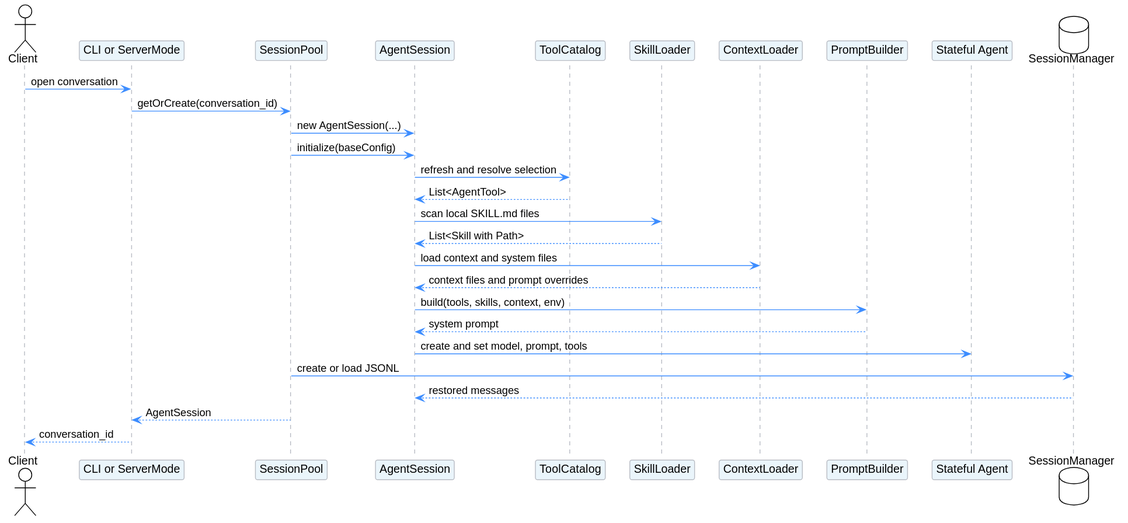
Earlier version of the PlantUML export managed-agent-session/pi_mono_java_current_loading.svg (superheromeZzh/pi-mono-java-design). The source it was exported from:
```plantuml
@startuml
!theme plain
skinparam backgroundColor white
skinparam defaultFontName Helvetica
skinparam shadowing false
skinparam ArrowColor #3D8DFF
skinparam sequenceParticipantBorderColor #B8BCC4
skinparam sequenceParticipantBackgroundColor #EAF5FB
skinparam sequenceLifeLineBorderColor #B8BCC4

actor Client
participant "CLI or ServerMode" as Entry
participant SessionPool
participant AgentSession
participant ToolCatalog
participant SkillLoader
participant ContextLoader
participant PromptBuilder
participant "Stateful Agent" as Agent
database SessionManager

Client -> Entry: open conversation
Entry -> SessionPool: getOrCreate(conversation_id)
SessionPool -> AgentSession: new AgentSession(...)
SessionPool -> AgentSession: initialize(baseConfig)
AgentSession -> ToolCatalog: refresh and resolve selection
ToolCatalog --> AgentSession: List<AgentTool>
AgentSession -> SkillLoader: scan local SKILL.md files
SkillLoader --> AgentSession: List<Skill with Path>
AgentSession -> ContextLoader: load context and system files
ContextLoader --> AgentSession: context files and prompt overrides
AgentSession -> PromptBuilder: build(tools, skills, context, env)
PromptBuilder --> AgentSession: system prompt
AgentSession -> Agent: create and set model, prompt, tools
SessionPool -> SessionManager: create or load JSONL
SessionManager --> AgentSession: restored messages
SessionPool --> Entry: AgentSession
Entry --> Client: conversation_id
@enduml
```
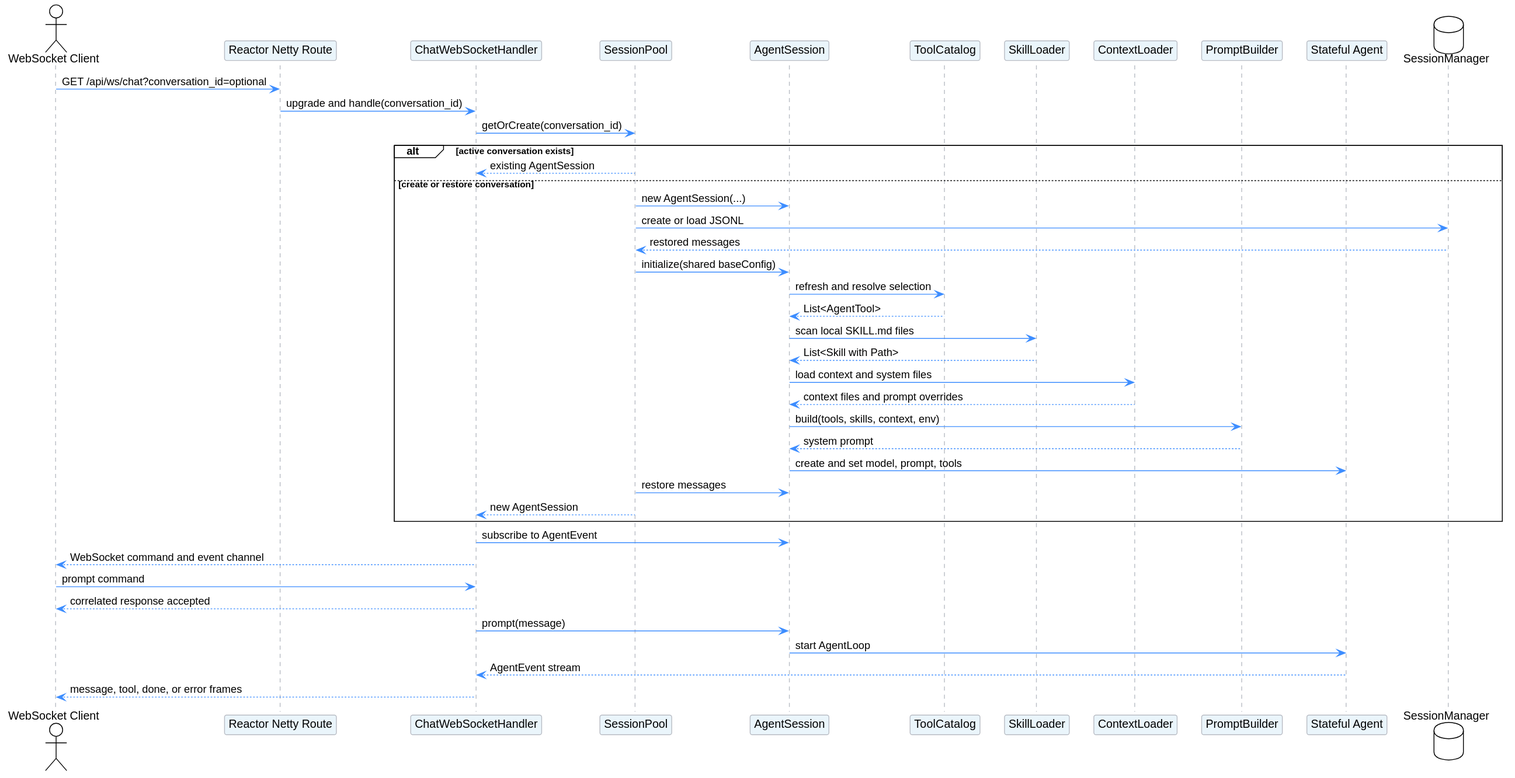
Above is the later version.

Commit message:
docs(agent): scope managed runtime design to WebSocket

The edit, as a diff of the source:
```diff
@@ -8,8 +8,9 @@
 skinparam sequenceParticipantBackgroundColor #EAF5FB
 skinparam sequenceLifeLineBorderColor #B8BCC4
 
-actor Client
-participant "CLI or ServerMode" as Entry
+actor "WebSocket Client" as Client
+participant "Reactor Netty Route" as Route
+participant "ChatWebSocketHandler" as Handler
 participant SessionPool
 participant AgentSession
 participant ToolCatalog
@@ -19,21 +20,34 @@
 participant "Stateful Agent" as Agent
 database SessionManager
 
-Client -> Entry: open conversation
-Entry -> SessionPool: getOrCreate(conversation_id)
-SessionPool -> AgentSession: new AgentSession(...)
-SessionPool -> AgentSession: initialize(baseConfig)
-AgentSession -> ToolCatalog: refresh and resolve selection
-ToolCatalog --> AgentSession: List<AgentTool>
-AgentSession -> SkillLoader: scan local SKILL.md files
-SkillLoader --> AgentSession: List<Skill with Path>
-AgentSession -> ContextLoader: load context and system files
-ContextLoader --> AgentSession: context files and prompt overrides
-AgentSession -> PromptBuilder: build(tools, skills, context, env)
-PromptBuilder --> AgentSession: system prompt
-AgentSession -> Agent: create and set model, prompt, tools
-SessionPool -> SessionManager: create or load JSONL
-SessionManager --> AgentSession: restored messages
-SessionPool --> Entry: AgentSession
-Entry --> Client: conversation_id
+Client -> Route: GET /api/ws/chat?conversation_id=optional
+Route -> Handler: upgrade and handle(conversation_id)
+Handler -> SessionPool: getOrCreate(conversation_id)
+alt active conversation exists
+  SessionPool --> Handler: existing AgentSession
+else create or restore conversation
+  SessionPool -> AgentSession: new AgentSession(...)
+  SessionPool -> SessionManager: create or load JSONL
+  SessionManager --> SessionPool: restored messages
+  SessionPool -> AgentSession: initialize(shared baseConfig)
+  AgentSession -> ToolCatalog: refresh and resolve selection
+  ToolCatalog --> AgentSession: List<AgentTool>
+  AgentSession -> SkillLoader: scan local SKILL.md files
+  SkillLoader --> AgentSession: List<Skill with Path>
+  AgentSession -> ContextLoader: load context and system files
+  ContextLoader --> AgentSession: context files and prompt overrides
+  AgentSession -> PromptBuilder: build(tools, skills, context, env)
+  PromptBuilder --> AgentSession: system prompt
+  AgentSession -> Agent: create and set model, prompt, tools
+  SessionPool -> AgentSession: restore messages
+  SessionPool --> Handler: new AgentSession
+end
+Handler -> AgentSession: subscribe to AgentEvent
+Handler --> Client: WebSocket command and event channel
+Client -> Handler: prompt command
+Handler --> Client: correlated response accepted
+Handler -> AgentSession: prompt(message)
+AgentSession -> Agent: start AgentLoop
+Agent --> Handler: AgentEvent stream
+Handler --> Client: message, tool, done, or error frames
 @enduml
```
